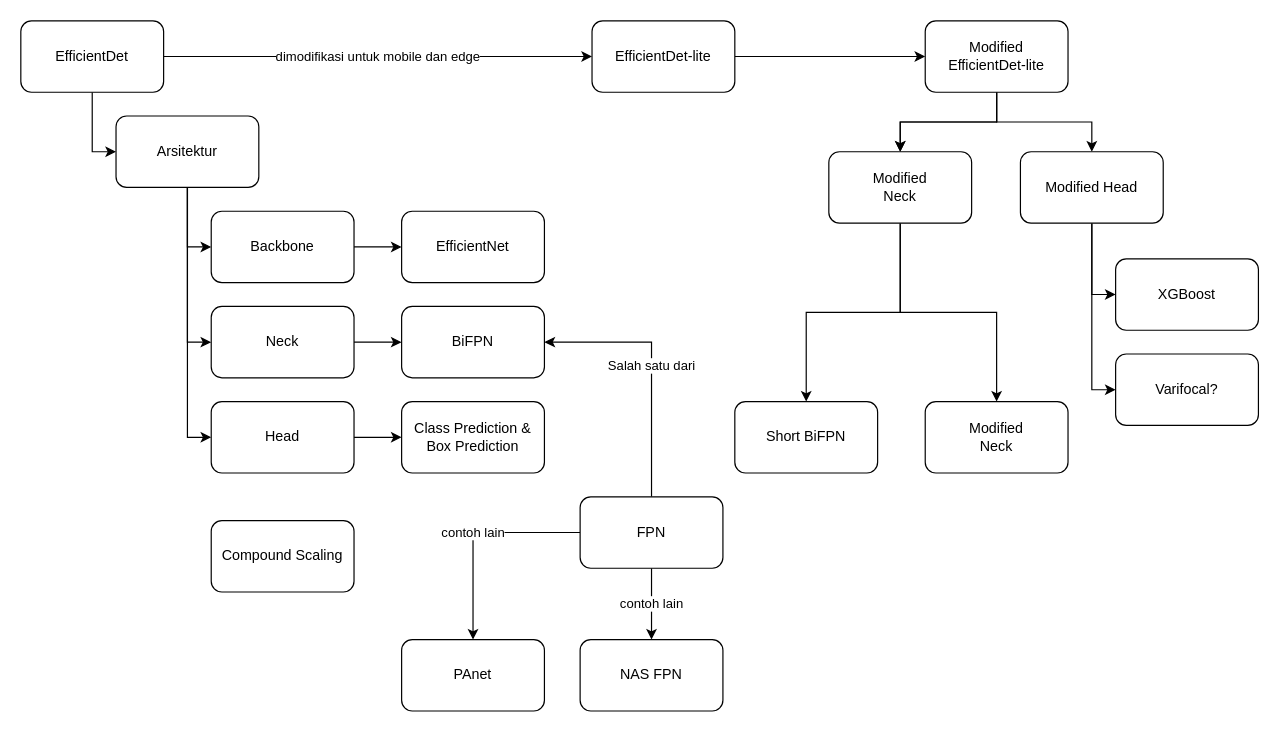
shadow17t/diagram keeps this draw.io diagram as Untitled Diagram.drawio. Above is the earlier version. Source tidied: cells renumbered, new cells numbered last; positions are measured from the earlier drawing's top-left corner, leaving out a move shared by most shapes. Both pictures are drawn from the tidied source at 119%, with x=0, y=0 at pixel (20, 20).
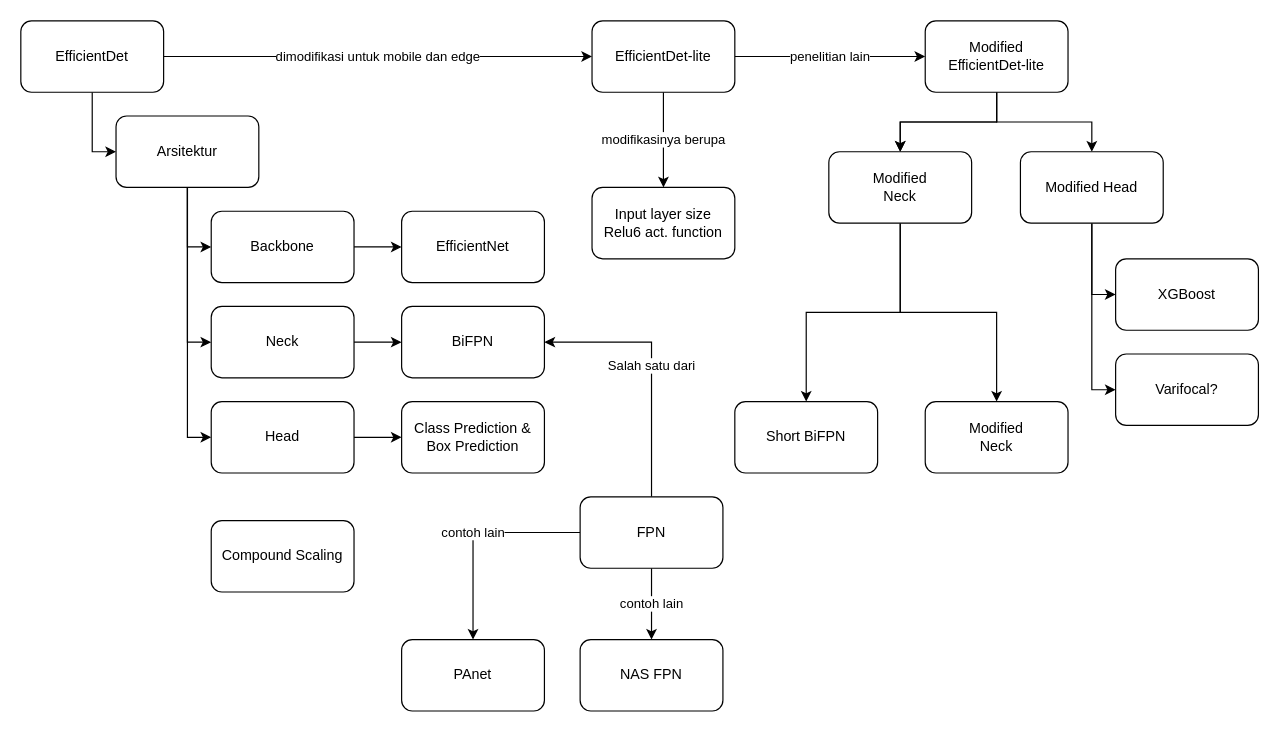
After the change.

Unchanged cells that the change refers to:
```xml
<mxCell id="20" value="EfficientDet-lite" style="rounded=1;whiteSpace=wrap;html=1;" parent="1" vertex="1">
  <mxGeometry x="480" width="120" height="60" as="geometry" />
</mxCell>
<mxCell id="28" value="Modified&lt;br&gt;EfficientDet-lite" style="rounded=1;whiteSpace=wrap;html=1;" parent="1" vertex="1">
  <mxGeometry x="760" width="120" height="60" as="geometry" />
</mxCell>
```

What changed in the source:
```diff
@@
-    <mxCell id="19" style="edgeStyle=orthogonalEdgeStyle;rounded=0;jettySize=auto;html=1;" parent="1" edge="1" source="20" target="28">
+    <mxCell id="19" value="penelitian lain" style="edgeStyle=orthogonalEdgeStyle;rounded=0;jettySize=auto;html=1;" parent="1" edge="1" source="20" target="28">
       <mxGeometry relative="1" as="geometry" />
     </mxCell>
+    <mxCell id="41" value="modifikasinya berupa" style="edgeStyle=orthogonalEdgeStyle;rounded=0;jettySize=auto;html=1;" parent="1" edge="1" source="20" target="42">
+      <mxGeometry relative="1" as="geometry" />
+    </mxCell>
@@
+    <mxCell id="42" value="&lt;blockquote style=&quot;margin: 0 0 0 40px; border: none; padding: 0px;&quot;&gt;&lt;/blockquote&gt;&lt;span style=&quot;background-color: initial;&quot;&gt;Input layer size&lt;/span&gt;&lt;br&gt;&lt;span style=&quot;background-color: initial;&quot;&gt;Relu6 act. function&lt;/span&gt;" style="rounded=1;whiteSpace=wrap;html=1;align=center;" parent="1" vertex="1">
+      <mxGeometry x="480" y="140" width="120" height="60" as="geometry" />
+    </mxCell>
```
